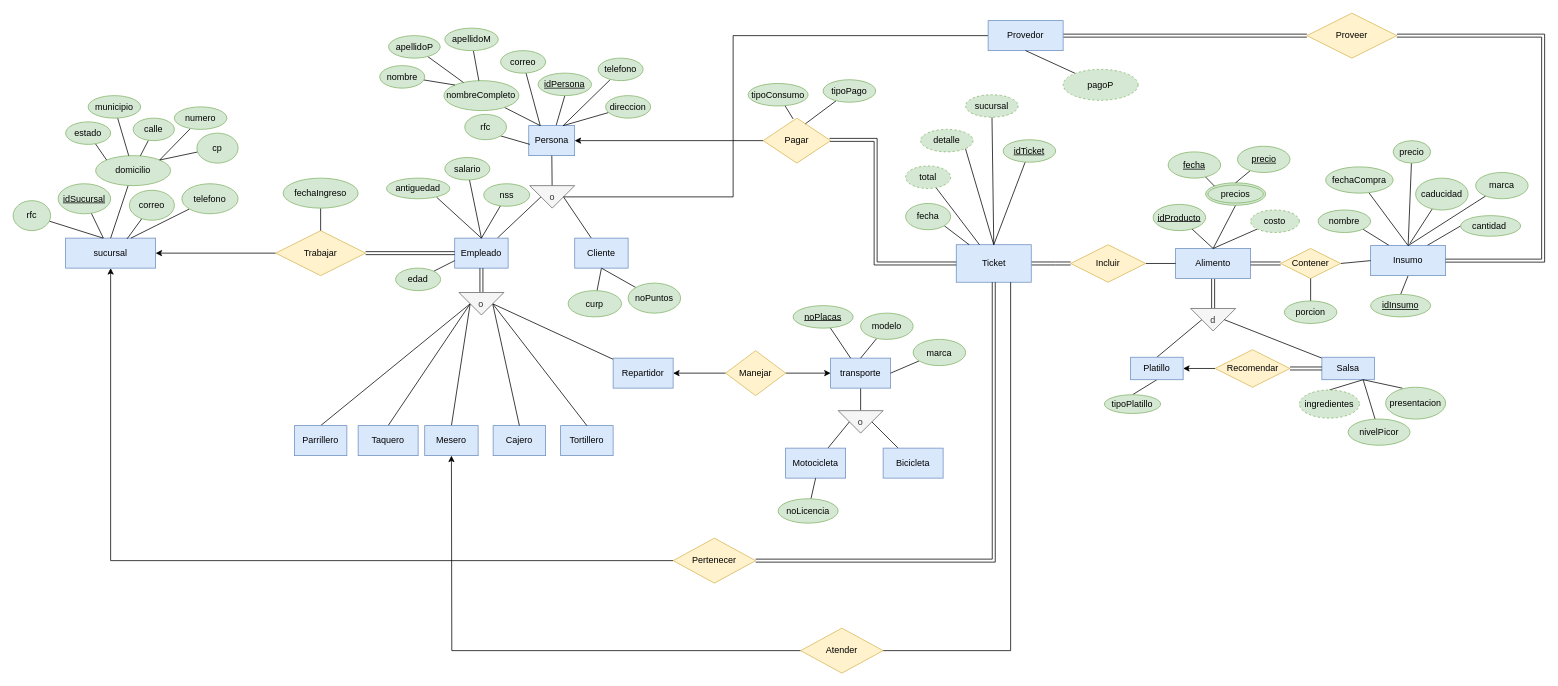
Earlier version of the draw.io diagram TacoRiendo2.drawio (FBD-Alfa/taco-riendo). Source tidied: cells renumbered, new cells numbered last; positions are measured from the earlier drawing's top-left corner, leaving out a move shared by most shapes. Both pictures are drawn from the tidied source at 75%, with x=0, y=0 at pixel (13, 13).
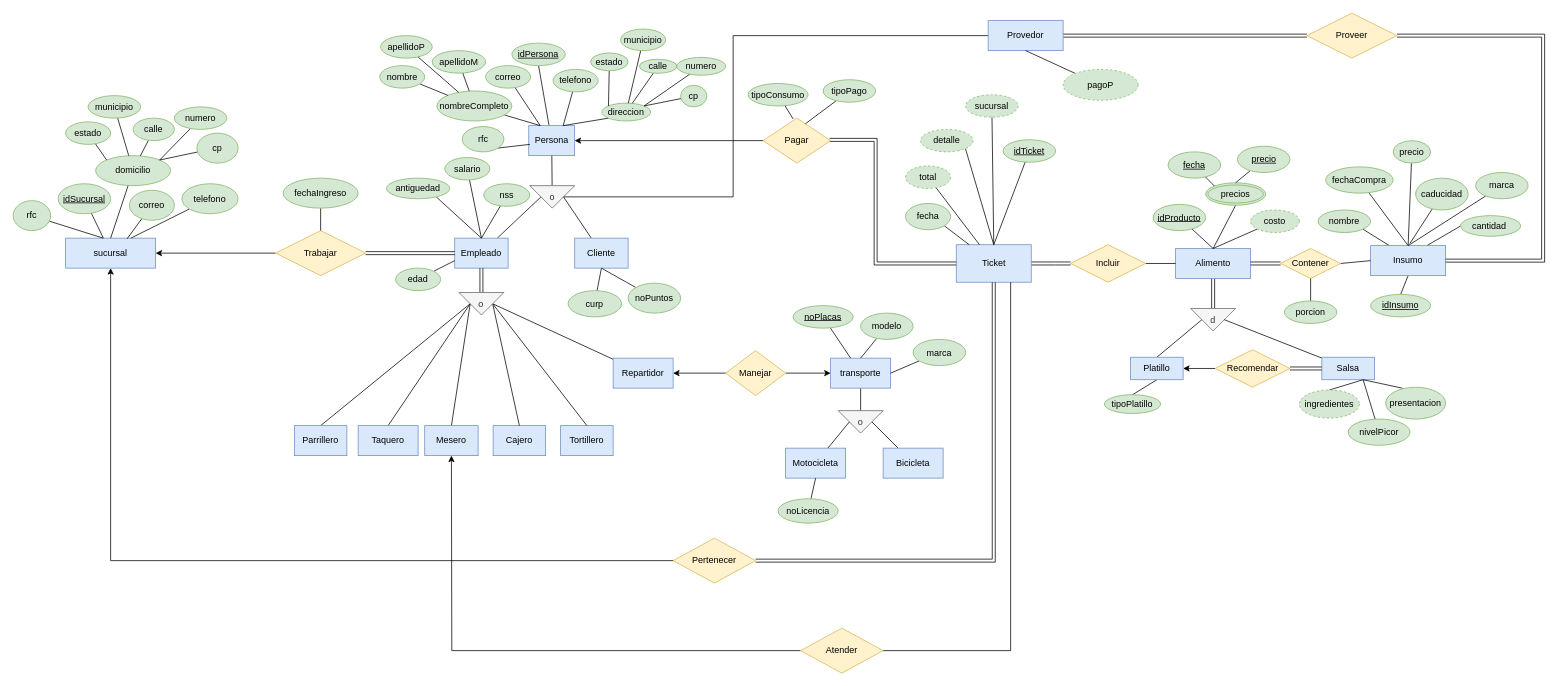
Above is the later version.

Commit message:
Otra vez no sé qué cambié

The change refers to these unchanged cells:
```xml
<mxCell id="51" value="Persona" style="whiteSpace=wrap;html=1;align=center;fillColor=#dae8fc;strokeColor=#6c8ebf;" parent="1" vertex="1">
  <mxGeometry x="687.5" y="150" width="61.2" height="40" as="geometry" />
</mxCell>
```

Diff of the diagram source:
```diff
@@
     <mxCell id="55" value="nombreCompleto" style="ellipse;whiteSpace=wrap;html=1;align=center;fillColor=#d5e8d4;strokeColor=#82b366;" parent="1" vertex="1">
-      <mxGeometry x="574.4" y="90" width="100" height="40" as="geometry" />
+      <mxGeometry x="565" y="103.8" width="100" height="40" as="geometry" />
     </mxCell>
-    <mxCell id="56" style="edgeStyle=none;rounded=0;jettySize=auto;html=1;entryX=0.75;entryY=0;entryDx=0;entryDy=0;endArrow=none;endFill=0;" parent="1" edge="1" source="57" target="51">
+    <mxCell id="56" style="edgeStyle=none;rounded=0;jettySize=auto;html=1;entryX=0.75;entryY=0;entryDx=0;entryDy=0;endArrow=none;endFill=0;exitX=0;exitY=1;exitDx=0;exitDy=0;" parent="1" edge="1" source="57" target="51">
       <mxGeometry relative="1" as="geometry" />
     </mxCell>
-    <mxCell id="57" value="direccion" style="ellipse;whiteSpace=wrap;html=1;align=center;fillColor=#d5e8d4;strokeColor=#82b366;" parent="1" vertex="1">
-      <mxGeometry x="790" y="110" width="60" height="30" as="geometry" />
-    </mxCell>
@@
     <mxCell id="59" value="correo" style="ellipse;whiteSpace=wrap;html=1;align=center;fillColor=#d5e8d4;strokeColor=#82b366;" parent="1" vertex="1">
-      <mxGeometry x="650" y="50" width="60" height="30" as="geometry" />
+      <mxGeometry x="630" y="70" width="60" height="30" as="geometry" />
     </mxCell>
@@
     <mxCell id="61" value="telefono" style="ellipse;whiteSpace=wrap;html=1;align=center;fillColor=#d5e8d4;strokeColor=#82b366;" parent="1" vertex="1">
-      <mxGeometry x="780" y="60" width="60" height="30" as="geometry" />
+      <mxGeometry x="720" y="75" width="60" height="30" as="geometry" />
     </mxCell>
@@
     <mxCell id="65" value="idPersona" style="ellipse;whiteSpace=wrap;html=1;align=center;fontStyle=4;fillColor=#d5e8d4;strokeColor=#82b366;" parent="1" vertex="1">
-      <mxGeometry x="700" y="80" width="71.2" height="30" as="geometry" />
+      <mxGeometry x="665" y="40" width="71.2" height="30" as="geometry" />
     </mxCell>
@@
     <mxCell id="69" value="apellidoP" style="ellipse;whiteSpace=wrap;html=1;align=center;fillColor=#d5e8d4;strokeColor=#82b366;" parent="1" vertex="1">
-      <mxGeometry x="500.6" y="30" width="68.8" height="30" as="geometry" />
+      <mxGeometry x="490" y="30" width="68.8" height="30" as="geometry" />
     </mxCell>
@@
     <mxCell id="71" value="apellidoM" style="ellipse;whiteSpace=wrap;html=1;align=center;fillColor=#d5e8d4;strokeColor=#82b366;" parent="1" vertex="1">
-      <mxGeometry x="575.6" y="20" width="71.2" height="30" as="geometry" />
+      <mxGeometry x="558.8" y="50" width="71.2" height="30" as="geometry" />
     </mxCell>
@@
     <mxCell id="149" value="rfc" style="ellipse;whiteSpace=wrap;html=1;align=center;fontStyle=0;fillColor=#d5e8d4;strokeColor=#82b366;" parent="1" vertex="1">
-      <mxGeometry x="602.2" y="135" width="55.6" height="33.8" as="geometry" />
+      <mxGeometry x="598.8" y="151.2" width="55.6" height="33.8" as="geometry" />
     </mxCell>
@@
+    <mxCell id="57" value="direccion" style="ellipse;whiteSpace=wrap;html=1;align=center;fillColor=#d5e8d4;strokeColor=#82b366;" parent="1" vertex="1">
+      <mxGeometry x="785" y="120" width="65" height="23.8" as="geometry" />
+    </mxCell>
+    <mxCell id="180" style="edgeStyle=none;rounded=0;jettySize=auto;html=1;entryX=0;entryY=0;entryDx=0;entryDy=0;endArrow=none;endFill=0;" parent="1" edge="1" source="181" target="57">
+      <mxGeometry relative="1" as="geometry" />
+    </mxCell>
+    <mxCell id="181" value="estado" style="ellipse;whiteSpace=wrap;html=1;align=center;fillColor=#d5e8d4;strokeColor=#82b366;" parent="1" vertex="1">
+      <mxGeometry x="770" y="53.1" width="50" height="23.8" as="geometry" />
+    </mxCell>
+    <mxCell id="182" style="edgeStyle=none;rounded=0;jettySize=auto;html=1;endArrow=none;endFill=0;" parent="1" edge="1" source="183" target="57">
+      <mxGeometry relative="1" as="geometry" />
+    </mxCell>
+    <mxCell id="183" value="municipio" style="ellipse;whiteSpace=wrap;html=1;align=center;fillColor=#d5e8d4;strokeColor=#82b366;" parent="1" vertex="1">
+      <mxGeometry x="810" y="21.2" width="60" height="28.8" as="geometry" />
+    </mxCell>
+    <mxCell id="184" style="edgeStyle=none;rounded=0;jettySize=auto;html=1;endArrow=none;endFill=0;" parent="1" edge="1" source="185" target="57">
+      <mxGeometry relative="1" as="geometry" />
+    </mxCell>
+    <mxCell id="185" value="calle" style="ellipse;whiteSpace=wrap;html=1;align=center;fillColor=#d5e8d4;strokeColor=#82b366;" parent="1" vertex="1">
+      <mxGeometry x="835" y="61.5" width="50" height="18.8" as="geometry" />
+    </mxCell>
+    <mxCell id="186" style="edgeStyle=none;rounded=0;jettySize=auto;html=1;entryX=1;entryY=0;entryDx=0;entryDy=0;endArrow=none;endFill=0;" parent="1" edge="1" source="187" target="57">
+      <mxGeometry relative="1" as="geometry" />
+    </mxCell>
+    <mxCell id="187" value="numero" style="ellipse;whiteSpace=wrap;html=1;align=center;fillColor=#d5e8d4;strokeColor=#82b366;" parent="1" vertex="1">
+      <mxGeometry x="885" y="59" width="65" height="23.8" as="geometry" />
+    </mxCell>
+    <mxCell id="188" style="edgeStyle=none;rounded=0;jettySize=auto;html=1;entryX=1;entryY=0;entryDx=0;entryDy=0;endArrow=none;endFill=0;" parent="1" edge="1" source="189" target="57">
+      <mxGeometry relative="1" as="geometry" />
+    </mxCell>
+    <mxCell id="189" value="cp" style="ellipse;whiteSpace=wrap;html=1;align=center;fillColor=#d5e8d4;strokeColor=#82b366;" parent="1" vertex="1">
+      <mxGeometry x="890" y="96.2" width="35" height="28.8" as="geometry" />
+    </mxCell>
```
